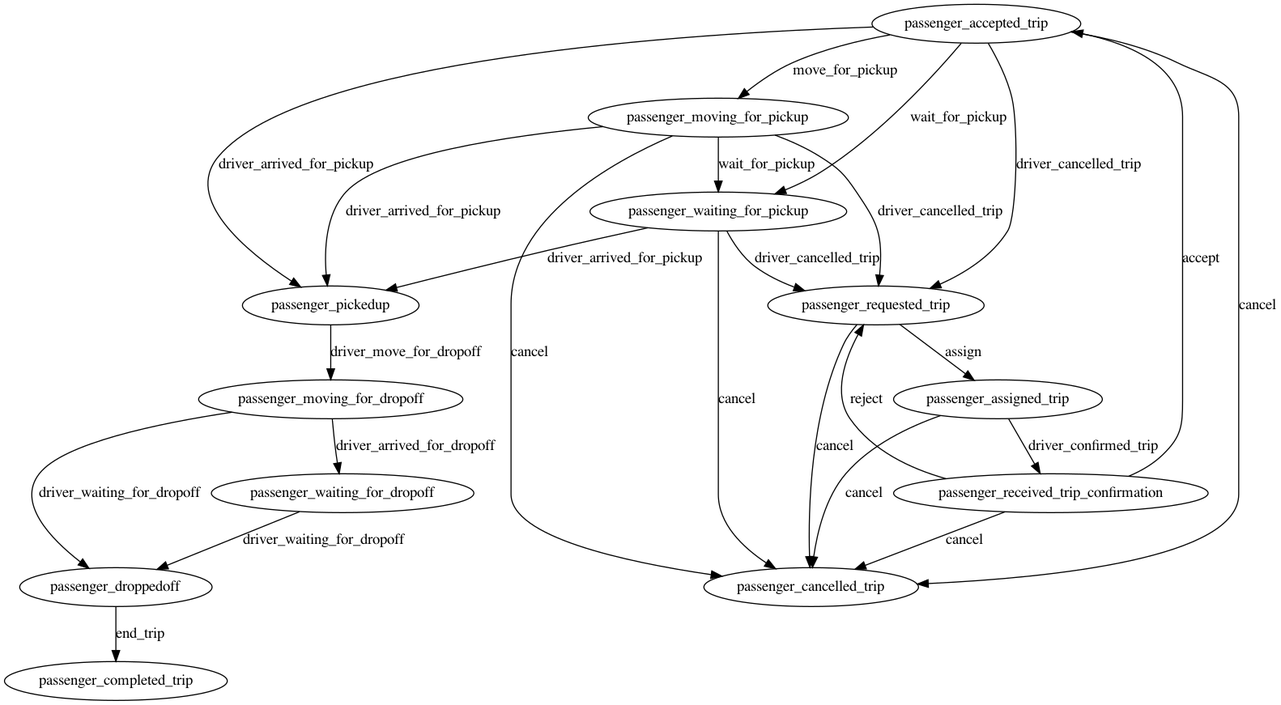
This is openroad_platform/state_transitions/RidehailPassengerTripStateMachine.gv.png from IORA-NUS/openride_server, a Graphviz export, as it was before one commit. Its source is kept beside it as openroad_platform/state_transitions/RidehailPassengerTripStateMachine.gv.
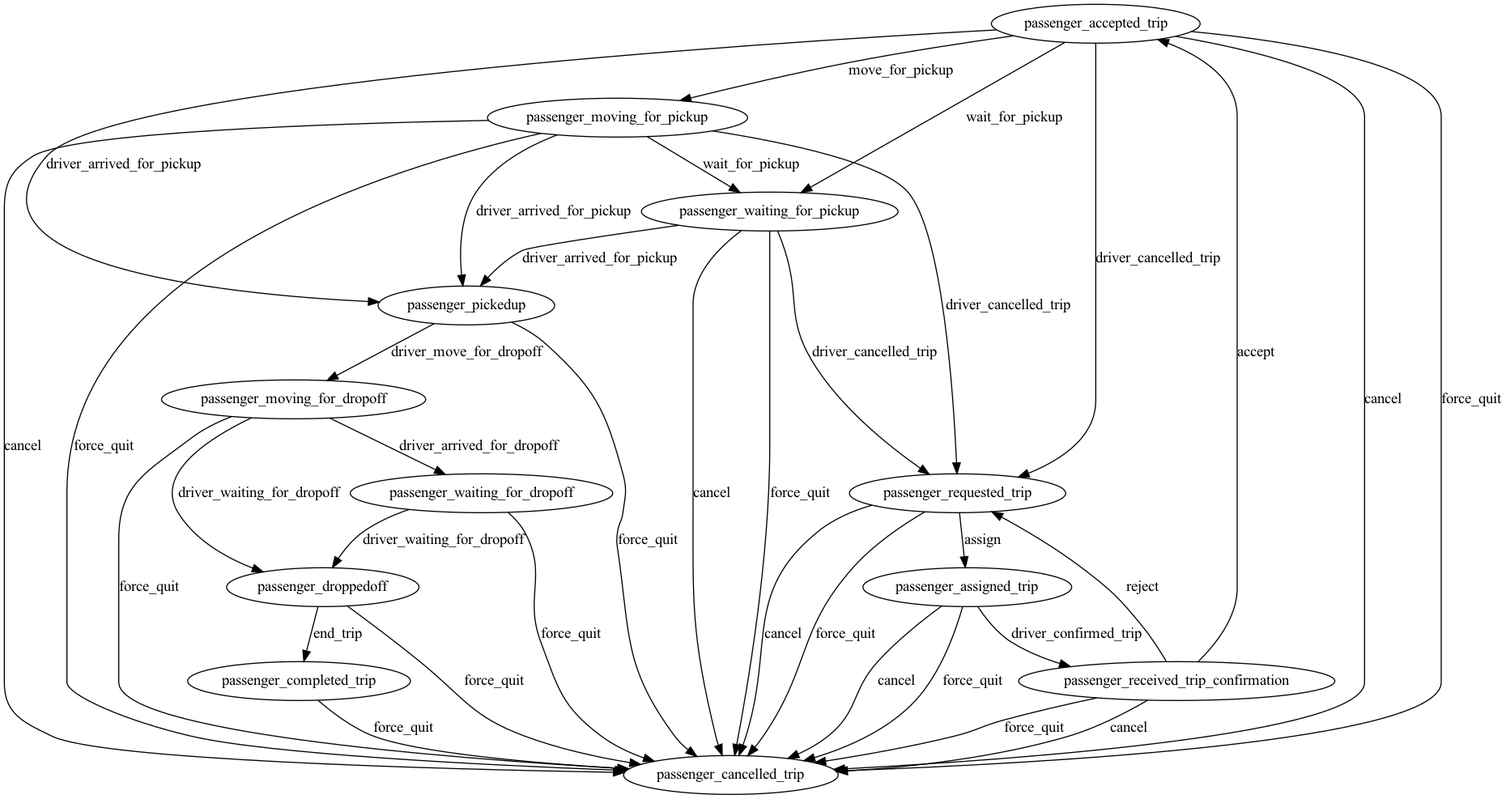
Later version of the same file.

Diff of the diagram source:
```diff
@@ -4,23 +4,34 @@
 	passenger_accepted_trip -> passenger_requested_trip [label=driver_cancelled_trip]
 	passenger_accepted_trip -> passenger_pickedup [label=driver_arrived_for_pickup]
 	passenger_accepted_trip -> passenger_cancelled_trip [label=cancel]
+	passenger_accepted_trip -> passenger_cancelled_trip [label=force_quit]
 	passenger_assigned_trip -> passenger_received_trip_confirmation [label=driver_confirmed_trip]
 	passenger_assigned_trip -> passenger_cancelled_trip [label=cancel]
+	passenger_assigned_trip -> passenger_cancelled_trip [label=force_quit]
+	passenger_completed_trip -> passenger_cancelled_trip [label=force_quit]
 	passenger_droppedoff -> passenger_completed_trip [label=end_trip]
+	passenger_droppedoff -> passenger_cancelled_trip [label=force_quit]
 	passenger_moving_for_dropoff -> passenger_waiting_for_dropoff [label=driver_arrived_for_dropoff]
 	passenger_moving_for_dropoff -> passenger_droppedoff [label=driver_waiting_for_dropoff]
+	passenger_moving_for_dropoff -> passenger_cancelled_trip [label=force_quit]
 	passenger_moving_for_pickup -> passenger_waiting_for_pickup [label=wait_for_pickup]
 	passenger_moving_for_pickup -> passenger_requested_trip [label=driver_cancelled_trip]
 	passenger_moving_for_pickup -> passenger_pickedup [label=driver_arrived_for_pickup]
 	passenger_moving_for_pickup -> passenger_cancelled_trip [label=cancel]
+	passenger_moving_for_pickup -> passenger_cancelled_trip [label=force_quit]
 	passenger_pickedup -> passenger_moving_for_dropoff [label=driver_move_for_dropoff]
+	passenger_pickedup -> passenger_cancelled_trip [label=force_quit]
 	passenger_received_trip_confirmation -> passenger_accepted_trip [label=accept]
 	passenger_received_trip_confirmation -> passenger_requested_trip [label=reject]
 	passenger_received_trip_confirmation -> passenger_cancelled_trip [label=cancel]
+	passenger_received_trip_confirmation -> passenger_cancelled_trip [label=force_quit]
 	passenger_requested_trip -> passenger_assigned_trip [label=assign]
 	passenger_requested_trip -> passenger_cancelled_trip [label=cancel]
+	passenger_requested_trip -> passenger_cancelled_trip [label=force_quit]
 	passenger_waiting_for_dropoff -> passenger_droppedoff [label=driver_waiting_for_dropoff]
+	passenger_waiting_for_dropoff -> passenger_cancelled_trip [label=force_quit]
 	passenger_waiting_for_pickup -> passenger_requested_trip [label=driver_cancelled_trip]
 	passenger_waiting_for_pickup -> passenger_pickedup [label=driver_arrived_for_pickup]
 	passenger_waiting_for_pickup -> passenger_cancelled_trip [label=cancel]
+	passenger_waiting_for_pickup -> passenger_cancelled_trip [label=force_quit]
 }
```
